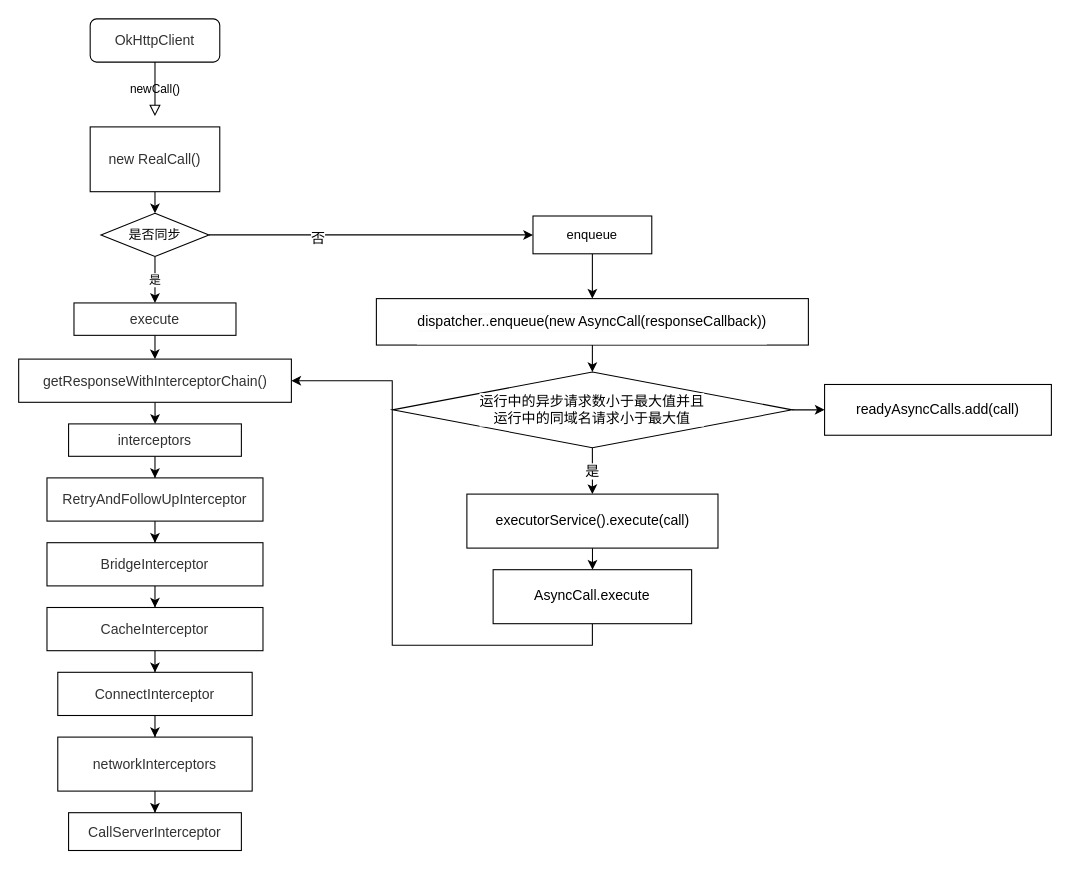
This is OkHttp请求流程图.drawio from wairdell/Draw.io, a draw.io file, before an edit. Source tidied: cells renumbered, new cells numbered last; positions are measured from the earlier drawing's top-left corner, leaving out a move shared by most shapes. Both pictures are drawn from the tidied source at 108%, with x=0, y=0 at pixel (18, 18).
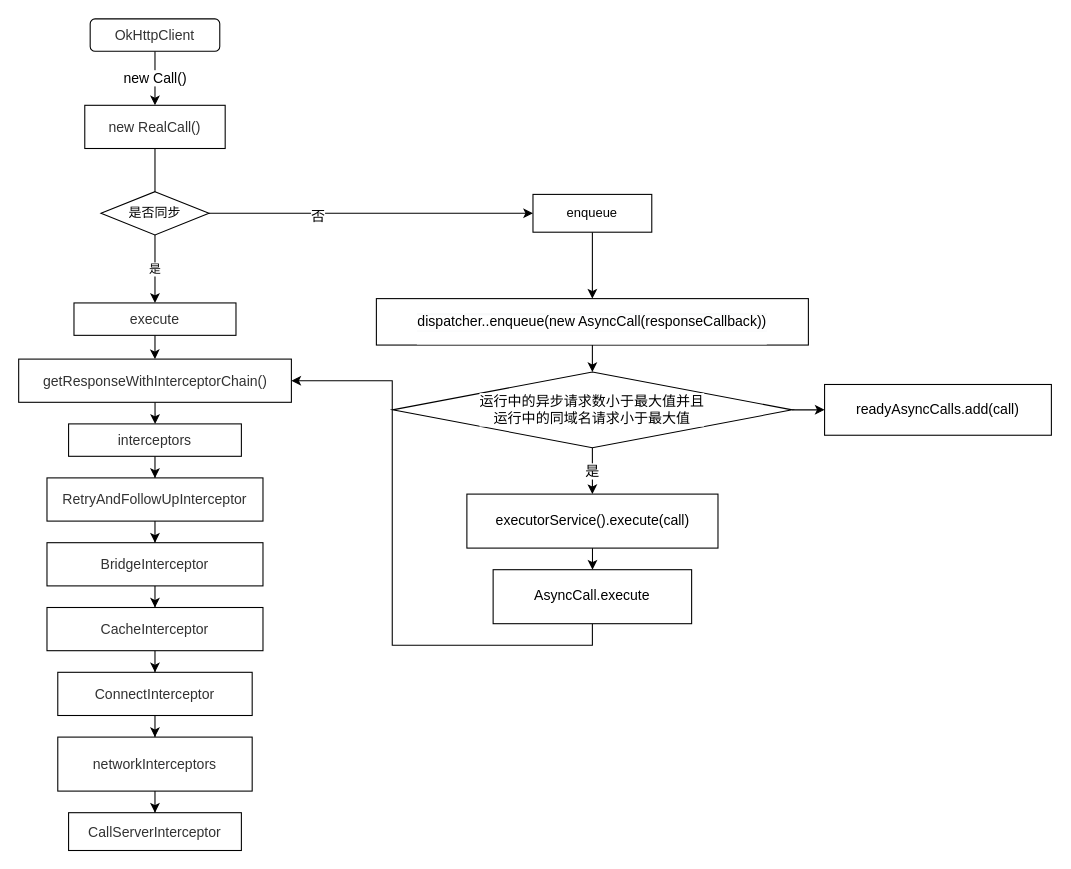
The same page after the edit.

Commit message (it also covers changes not shown here):
更新OkHttp请求流程图.drawio

The edit, as a diff of the source:
```diff
@@
-    <mxCell id="2" value="newCall()" style="rounded=0;html=1;jettySize=auto;fontSize=11;endArrow=block;endFill=0;endSize=8;strokeWidth=1;shadow=0;labelBackgroundColor=none;edgeStyle=orthogonalEdgeStyle;" parent="1" edge="1" source="3">
-      <mxGeometry relative="1" as="geometry">
-        <mxPoint x="126" y="90" as="targetPoint" />
-      </mxGeometry>
-    </mxCell>
+    <mxCell id="39" value="new Call()" style="edgeStyle=orthogonalEdgeStyle;rounded=0;jettySize=auto;html=1;entryX=0.5;entryY=0;entryDx=0;entryDy=0;fontFamily=Helvetica;fontSize=13;fontColor=#000000;" parent="1" edge="1" source="3" target="5">
+      <mxGeometry relative="1" as="geometry" />
+    </mxCell>
     <mxCell id="3" value="&lt;span style=&quot;color: rgb(50, 50, 50); font-family: 微软雅黑; font-size: 13px; background-color: rgba(255, 255, 255, 0.01);&quot;&gt;OkHttpClient&lt;/span&gt;" style="rounded=1;whiteSpace=wrap;html=1;fontSize=12;glass=0;strokeWidth=1;shadow=0;" parent="1" vertex="1">
-      <mxGeometry x="66" width="120" height="40" as="geometry" />
+      <mxGeometry x="66" width="120" height="30" as="geometry" />
     </mxCell>
@@
     <mxCell id="5" value="&lt;span style=&quot;color: rgb(50, 50, 50); font-family: 微软雅黑; font-size: 13px; background-color: rgba(255, 255, 255, 0.01);&quot;&gt;new RealCall()&lt;/span&gt;" style="rounded=0;whiteSpace=wrap;html=1;" parent="1" vertex="1">
-      <mxGeometry x="66" y="100" width="120" height="60" as="geometry" />
+      <mxGeometry x="61" y="80" width="130" height="40" as="geometry" />
     </mxCell>
@@
     <mxCell id="9" value="是否同步" style="rhombus;whiteSpace=wrap;html=1;" parent="1" vertex="1">
-      <mxGeometry x="76" y="180" width="100" height="40" as="geometry" />
+      <mxGeometry x="76" y="160" width="100" height="40" as="geometry" />
     </mxCell>
@@
     <mxCell id="28" value="enqueue" style="rounded=0;whiteSpace=wrap;html=1;" parent="1" vertex="1">
-      <mxGeometry x="476" y="182.5" width="110" height="35" as="geometry" />
+      <mxGeometry x="476" y="162.5" width="110" height="35" as="geometry" />
     </mxCell>
```
